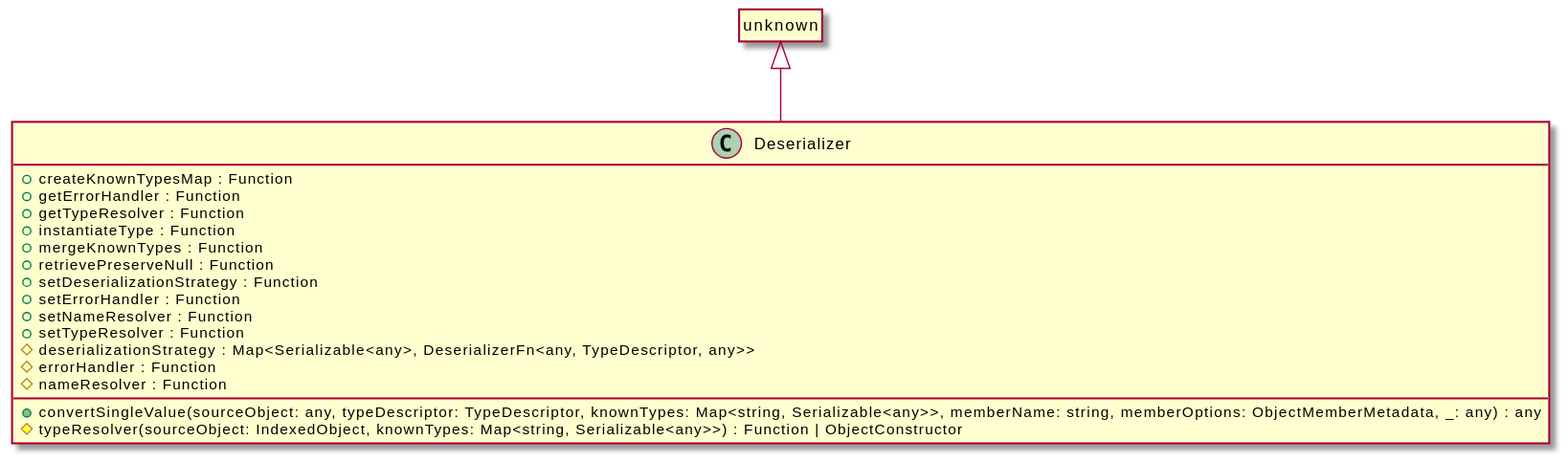
Above: assets/Deserializer-umlClassDiagram-6784.svg in OpenHPS/openhps-core (PlantUML), before the change.
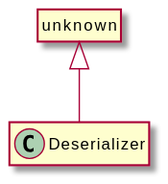
After the commit.

Change to the diagram source:
```diff
@@ -3,21 +3,6 @@
 hide empty methods
 hide empty fields
 class "Deserializer" {
-    +createKnownTypesMap : Function
-    +getErrorHandler : Function
-    +getTypeResolver : Function
-    +instantiateType : Function
-    +mergeKnownTypes : Function
-    +retrievePreserveNull : Function
-    +setDeserializationStrategy : Function
-    +setErrorHandler : Function
-    +setNameResolver : Function
-    +setTypeResolver : Function
-    #deserializationStrategy : Map<Serializable<any>, DeserializerFn<any, TypeDescriptor, any>>
-    #errorHandler : Function
-    #nameResolver : Function
-    +convertSingleValue(sourceObject: any, typeDescriptor: TypeDescriptor, knownTypes: Map<string, Serializable<any>>, memberName: string, memberOptions: ObjectMemberMetadata, _: any) : any
-    #typeResolver(sourceObject: IndexedObject, knownTypes: Map<string, Serializable<any>>) : Function | ObjectConstructor
 }
 class "unknown"
 hide "unknown" circle
```
